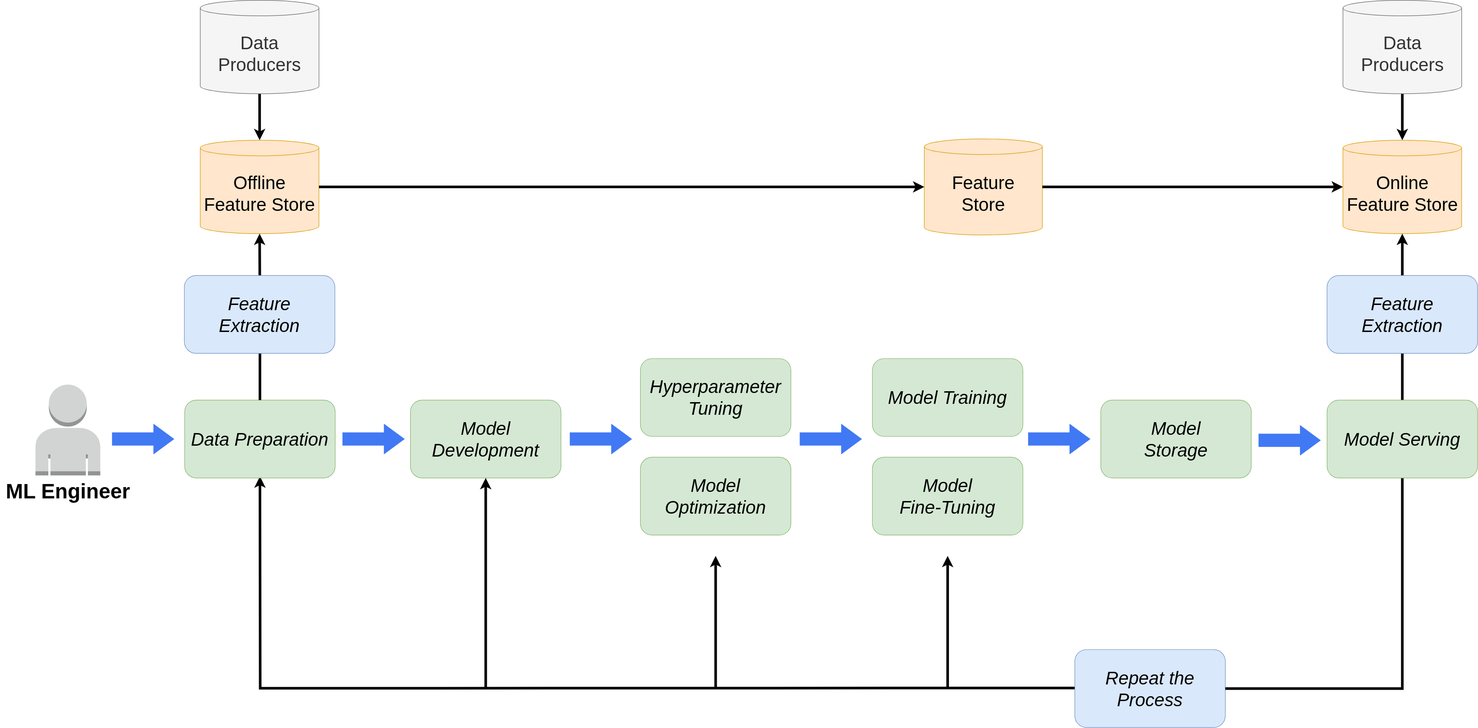
Above: content/en/docs/started/images/ml-lifecycle.drawio.svg in kubeflow/website (draw.io), before the change. Source tidied: cells renumbered, new cells last; positions are measured from the earlier drawing's top-left corner, leaving out a move shared by most shapes.
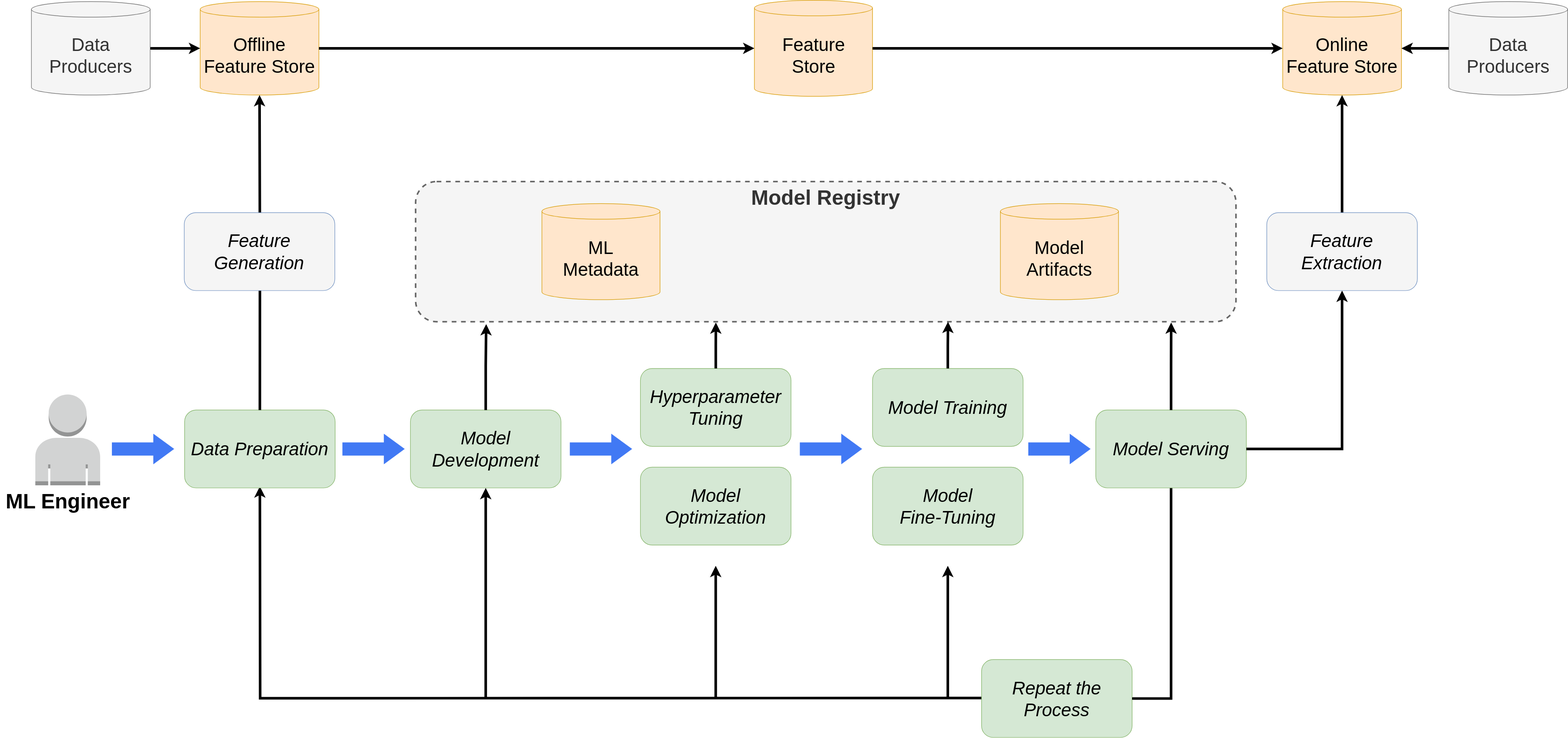
The same diagram one commit later.

Commit message:
Update Lifecycle Diagrams

What changed in the source:
```diff
@@ -17,8 +17,8 @@
         <mxPoint x="500" y="917" as="targetPoint" />
       </mxGeometry>
     </mxCell>
-    <mxCell id="6" value="&lt;div&gt;Repeat the Process&lt;/div&gt;" style="rounded=1;whiteSpace=wrap;html=1;fillColor=#dae8fc;strokeColor=#6c8ebf;fontSize=35;fontStyle=2;" parent="1" vertex="1">
-      <mxGeometry x="2070" y="1250.5" width="290" height="150" as="geometry" />
+    <mxCell id="6" value="&lt;div&gt;Repeat the Process&lt;/div&gt;" style="rounded=1;whiteSpace=wrap;html=1;fillColor=#d5e8d4;strokeColor=#82b366;fontSize=35;fontStyle=2;" parent="1" vertex="1">
+      <mxGeometry x="1890" y="1250.5" width="290" height="150" as="geometry" />
     </mxCell>
     <mxCell id="7" value="&lt;div&gt;Data Preparation&lt;/div&gt;" style="rounded=1;whiteSpace=wrap;html=1;fillColor=#d5e8d4;strokeColor=#82b366;fontSize=35;fontStyle=2;" parent="1" vertex="1">
       <mxGeometry x="355" y="770" width="290" height="150" as="geometry" />
@@ -33,29 +33,26 @@
       <mxGeometry x="215" y="815.5" width="120" height="59" as="geometry" />
     </mxCell>
     <mxCell id="11" value="Feature &lt;br&gt;Store" style="shape=cylinder3;whiteSpace=wrap;html=1;boundedLbl=1;backgroundOutline=1;size=15;fillColor=#ffe6cc;strokeColor=#d79b00;fontSize=35;" parent="1" vertex="1">
-      <mxGeometry x="1780" y="267" width="227.5" height="185" as="geometry" />
+      <mxGeometry x="1452.5" y="-19" width="227.5" height="185" as="geometry" />
     </mxCell>
     <mxCell id="12" value="Offline Feature Store" style="shape=cylinder3;whiteSpace=wrap;html=1;boundedLbl=1;backgroundOutline=1;size=15;fillColor=#ffe6cc;strokeColor=#d79b00;fontSize=35;" parent="1" vertex="1">
-      <mxGeometry x="385" y="269.5" width="228.8" height="180" as="geometry" />
+      <mxGeometry x="385" y="-16.5" width="228.8" height="180" as="geometry" />
     </mxCell>
     <mxCell id="13" style="edgeStyle=orthogonalEdgeStyle;rounded=0;jettySize=auto;html=1;entryX=0.5;entryY=1;entryDx=0;entryDy=0;entryPerimeter=0;strokeWidth=5;exitX=0.5;exitY=0;exitDx=0;exitDy=0;" parent="1" edge="1" source="7" target="12">
       <mxGeometry relative="1" as="geometry" />
     </mxCell>
     <mxCell id="14" value="Online Feature Store" style="shape=cylinder3;whiteSpace=wrap;html=1;boundedLbl=1;backgroundOutline=1;size=15;fillColor=#ffe6cc;strokeColor=#d79b00;fontSize=35;" parent="1" vertex="1">
-      <mxGeometry x="2586.6" y="269.5" width="228.8" height="180" as="geometry" />
+      <mxGeometry x="2470" y="-16.5" width="228.8" height="180" as="geometry" />
     </mxCell>
-    <mxCell id="15" style="edgeStyle=orthogonalEdgeStyle;rounded=0;jettySize=auto;html=1;entryX=0.5;entryY=1;entryDx=0;entryDy=0;entryPerimeter=0;strokeWidth=5;endArrow=classic;endFill=1;startArrow=none;startFill=0;exitX=0.5;exitY=0;exitDx=0;exitDy=0;" parent="1" edge="1" source="28" target="14">
+    <mxCell id="15" style="edgeStyle=orthogonalEdgeStyle;rounded=0;jettySize=auto;html=1;entryX=0.5;entryY=1;entryDx=0;entryDy=0;entryPerimeter=0;strokeWidth=5;endArrow=classic;endFill=1;startArrow=none;startFill=0;exitX=0.5;exitY=0;exitDx=0;exitDy=0;" parent="1" edge="1" source="18" target="14">
       <mxGeometry relative="1" as="geometry" />
     </mxCell>
     <mxCell id="16" style="edgeStyle=orthogonalEdgeStyle;rounded=0;jettySize=auto;html=1;strokeWidth=5;" parent="1" edge="1" source="17" target="14">
       <mxGeometry relative="1" as="geometry" />
     </mxCell>
     <mxCell id="17" value="Data Producers" style="shape=cylinder3;whiteSpace=wrap;html=1;boundedLbl=1;backgroundOutline=1;size=15;fontSize=35;fillColor=#f5f5f5;fontColor=#333333;strokeColor=#666666;" parent="1" vertex="1">
-      <mxGeometry x="2586.6" width="228.8" height="180" as="geometry" />
+      <mxGeometry x="2790" y="-16.5" width="228.8" height="180" as="geometry" />
     </mxCell>
-    <mxCell id="18" value="Feature&lt;br&gt;Extraction" style="rounded=1;whiteSpace=wrap;html=1;fillColor=#dae8fc;strokeColor=#6c8ebf;fontSize=35;fontStyle=2;" parent="1" vertex="1">
-      <mxGeometry x="2556" y="530" width="290" height="150" as="geometry" />
-    </mxCell>
     <mxCell id="19" style="edgeStyle=none;jettySize=auto;html=1;rounded=0;entryX=0.5;entryY=1;entryDx=0;entryDy=0;strokeWidth=5;" parent="1" edge="1" target="8">
       <mxGeometry relative="1" as="geometry">
         <mxPoint x="935" y="1323" as="sourcePoint" />
@@ -92,23 +89,17 @@
       <mxGeometry x="1680" y="880" width="290" height="150" as="geometry" />
     </mxCell>
     <mxCell id="28" value="Model Serving" style="rounded=1;whiteSpace=wrap;html=1;fillColor=#d5e8d4;strokeColor=#82b366;fontSize=35;fontStyle=2;" parent="1" vertex="1">
-      <mxGeometry x="2556" y="770" width="290" height="150" as="geometry" />
+      <mxGeometry x="2110" y="770" width="290" height="150" as="geometry" />
     </mxCell>
     <mxCell id="29" style="edgeStyle=orthogonalEdgeStyle;rounded=0;jettySize=auto;html=1;entryX=0;entryY=0.5;entryDx=0;entryDy=0;entryPerimeter=0;strokeWidth=5;" parent="1" edge="1" source="12" target="11">
       <mxGeometry relative="1" as="geometry" />
     </mxCell>
-    <mxCell id="30" style="edgeStyle=orthogonalEdgeStyle;rounded=0;jettySize=auto;html=1;entryX=0;entryY=0.5;entryDx=0;entryDy=0;entryPerimeter=0;strokeWidth=5;" parent="1" edge="1" source="11" target="14">
+    <mxCell id="30" style="edgeStyle=orthogonalEdgeStyle;rounded=0;jettySize=auto;html=1;entryX=0;entryY=0.5;entryDx=0;entryDy=0;entryPerimeter=0;strokeWidth=5;exitX=1;exitY=0.5;exitDx=0;exitDy=0;exitPerimeter=0;" parent="1" edge="1" source="11" target="14">
       <mxGeometry relative="1" as="geometry" />
     </mxCell>
     <mxCell id="31" style="shape=singleArrow;whiteSpace=wrap;html=1;arrowWidth=0.4307692307692277;arrowSize=0.3352071005917159;fillColor=#4179f4;strokeColor=none;" parent="1" vertex="1">
       <mxGeometry x="1980" y="815.5" width="120" height="59" as="geometry" />
     </mxCell>
-    <mxCell id="32" value="Model&lt;br&gt;Storage" style="rounded=1;whiteSpace=wrap;html=1;fillColor=#d5e8d4;strokeColor=#82b366;fontSize=35;fontStyle=2;" parent="1" vertex="1">
-      <mxGeometry x="2120" y="770" width="290" height="150" as="geometry" />
-    </mxCell>
-    <mxCell id="33" style="shape=singleArrow;whiteSpace=wrap;html=1;arrowWidth=0.4307692307692277;arrowSize=0.3352071005917159;fillColor=#4179f4;strokeColor=none;" parent="1" vertex="1">
-      <mxGeometry x="2424" y="818" width="120" height="59" as="geometry" />
-    </mxCell>
     <mxCell id="34" style="shape=singleArrow;whiteSpace=wrap;html=1;arrowWidth=0.4307692307692277;arrowSize=0.3352071005917159;fillColor=#4179f4;strokeColor=none;" parent="1" vertex="1">
       <mxGeometry x="1540" y="815.5" width="120" height="59" as="geometry" />
     </mxCell>
@@ -116,10 +107,37 @@
       <mxGeometry relative="1" as="geometry" />
     </mxCell>
     <mxCell id="36" value="Data Producers" style="shape=cylinder3;whiteSpace=wrap;html=1;boundedLbl=1;backgroundOutline=1;size=15;fontSize=35;fillColor=#f5f5f5;fontColor=#333333;strokeColor=#666666;" parent="1" vertex="1">
-      <mxGeometry x="385" width="228.8" height="180" as="geometry" />
+      <mxGeometry x="60" y="-16.5" width="228.8" height="180" as="geometry" />
     </mxCell>
-    <mxCell id="37" value="Feature&lt;br&gt;Extraction" style="rounded=1;whiteSpace=wrap;html=1;fillColor=#dae8fc;strokeColor=#6c8ebf;fontSize=35;fontStyle=2;" parent="1" vertex="1">
-      <mxGeometry x="354.4" y="530" width="290" height="150" as="geometry" />
+    <mxCell id="37" value="Feature&lt;br&gt;Generation" style="rounded=1;whiteSpace=wrap;html=1;fillColor=#f5f5f5;strokeColor=#6c8ebf;fontSize=35;fontStyle=2;" parent="1" vertex="1">
+      <mxGeometry x="354.4" y="390" width="290" height="150" as="geometry" />
     </mxCell>
+    <mxCell id="38" value="Model Registry" style="rounded=1;whiteSpace=wrap;html=1;dashed=1;fillColor=#f5f5f5;strokeWidth=3;strokeColor=#666666;fontSize=40;verticalAlign=top;fontStyle=1;fontColor=#333333;" parent="1" vertex="1">
+      <mxGeometry x="800" y="330" width="1580" height="270" as="geometry" />
+    </mxCell>
+    <mxCell id="39" value="ML&lt;br&gt;Metadata" style="shape=cylinder3;whiteSpace=wrap;html=1;boundedLbl=1;backgroundOutline=1;size=15;fillColor=#ffe6cc;strokeColor=#d79b00;fontSize=35;" parent="1" vertex="1">
+      <mxGeometry x="1043.2" y="372.5" width="227.5" height="185" as="geometry" />
+    </mxCell>
+    <mxCell id="40" value="Model Artifacts" style="shape=cylinder3;whiteSpace=wrap;html=1;boundedLbl=1;backgroundOutline=1;size=15;fillColor=#ffe6cc;strokeColor=#d79b00;fontSize=35;" parent="1" vertex="1">
+      <mxGeometry x="1926.2" y="372.5" width="227.5" height="185" as="geometry" />
+    </mxCell>
+    <mxCell id="41" style="edgeStyle=orthogonalEdgeStyle;rounded=0;jettySize=auto;html=1;entryX=0.086;entryY=1.017;entryDx=0;entryDy=0;entryPerimeter=0;strokeWidth=5;" parent="1" edge="1" source="8" target="38">
+      <mxGeometry relative="1" as="geometry" />
+    </mxCell>
+    <mxCell id="42" style="edgeStyle=orthogonalEdgeStyle;rounded=0;jettySize=auto;html=1;entryX=0.366;entryY=1.005;entryDx=0;entryDy=0;entryPerimeter=0;strokeWidth=5;" parent="1" edge="1" source="24" target="38">
+      <mxGeometry relative="1" as="geometry" />
+    </mxCell>
+    <mxCell id="43" style="edgeStyle=orthogonalEdgeStyle;rounded=0;jettySize=auto;html=1;entryX=0.649;entryY=1;entryDx=0;entryDy=0;entryPerimeter=0;strokeWidth=5;" parent="1" edge="1" source="26" target="38">
+      <mxGeometry relative="1" as="geometry" />
+    </mxCell>
+    <mxCell id="44" style="edgeStyle=orthogonalEdgeStyle;rounded=0;jettySize=auto;html=1;entryX=0.921;entryY=1.005;entryDx=0;entryDy=0;entryPerimeter=0;strokeWidth=5;" parent="1" edge="1" source="28" target="38">
+      <mxGeometry relative="1" as="geometry" />
+    </mxCell>
+    <mxCell id="45" style="edgeStyle=orthogonalEdgeStyle;rounded=0;jettySize=auto;html=1;entryX=0.5;entryY=1;entryDx=0;entryDy=0;entryPerimeter=0;strokeWidth=5;endArrow=classic;endFill=1;startArrow=none;startFill=0;exitX=1;exitY=0.5;exitDx=0;exitDy=0;" parent="1" edge="1" source="28" target="18">
+      <mxGeometry relative="1" as="geometry" />
+    </mxCell>
+    <mxCell id="18" value="Feature&lt;br&gt;Extraction" style="rounded=1;whiteSpace=wrap;html=1;fillColor=#f5f5f5;strokeColor=#6c8ebf;fontSize=35;fontStyle=2;" parent="1" vertex="1">
+      <mxGeometry x="2439.4" y="390" width="290" height="150" as="geometry" />
+    </mxCell>
   </root>
 </mxGraphModel>
```
